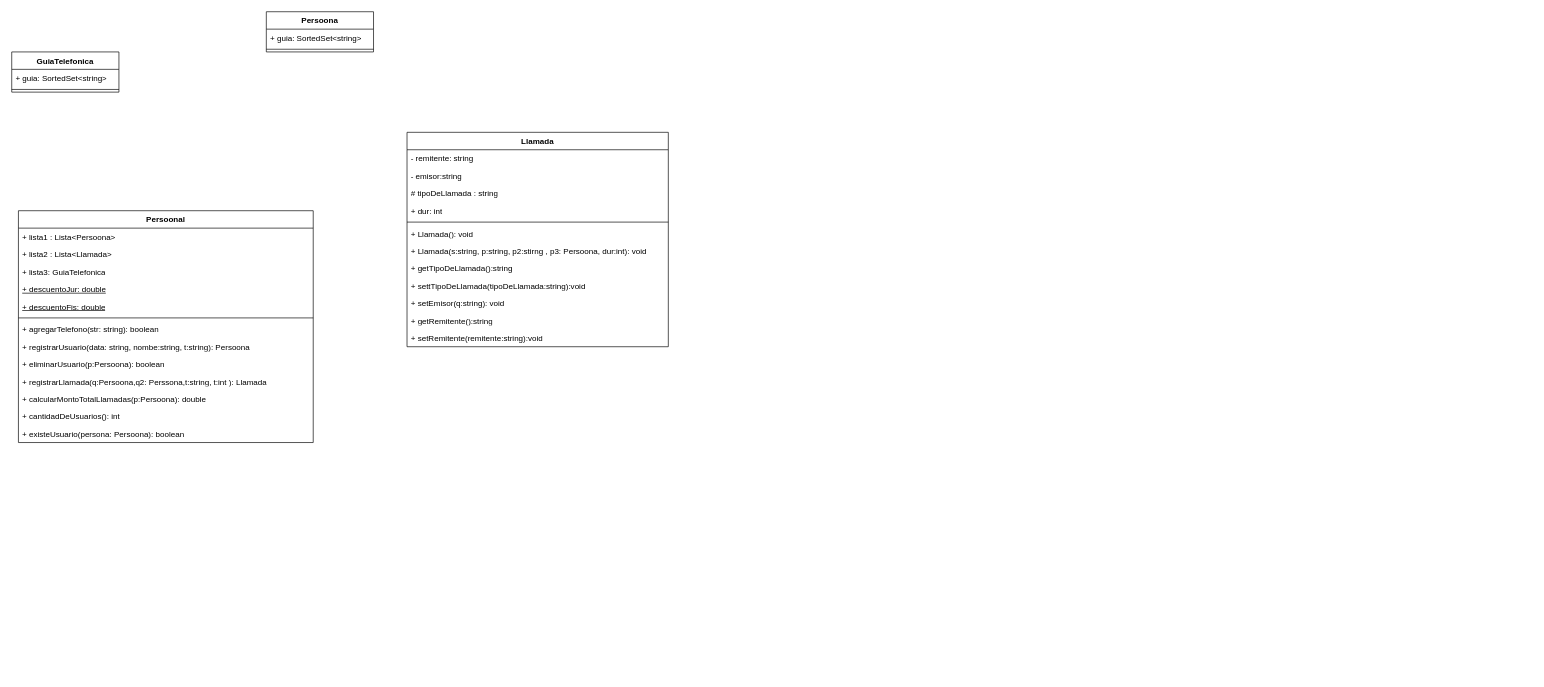
The draw.io diagram Untitled Diagram.drawio in santolp/oo2, before the edit. Source tidied: cells renumbered, new cells numbered last; positions are measured from the earlier drawing's top-left corner, leaving out a move shared by most shapes. Both pictures are drawn from the tidied source at 67%, with x=0, y=0 at pixel (11, 11).
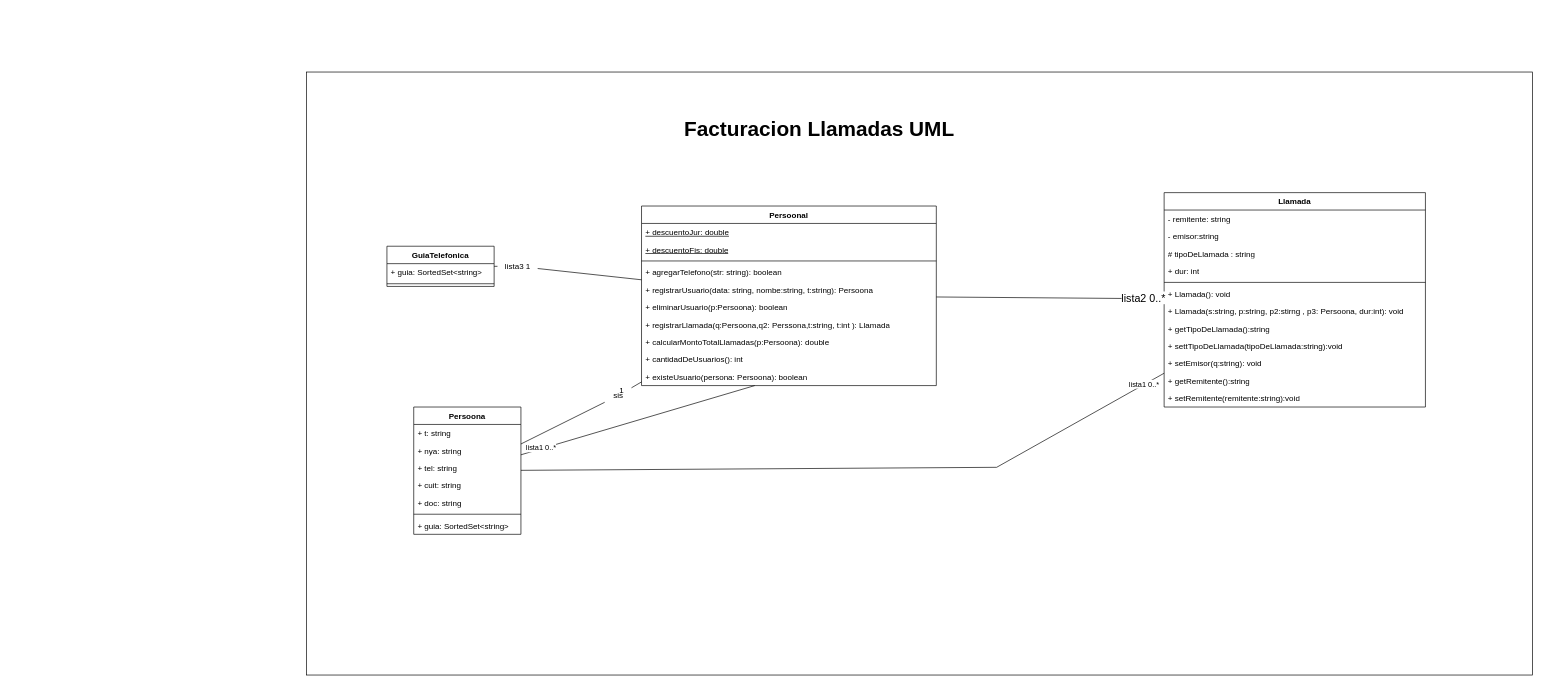
After the change.

Change to the diagram source:
```diff
@@
+    <mxCell id="35" style="rounded=0;whiteSpace=wrap;html=1;" parent="1" vertex="1">
+      <mxGeometry x="440" y="90" width="1830" height="900" as="geometry" />
+    </mxCell>
     <mxCell id="2" value="Llamada" style="swimlane;fontStyle=1;align=center;verticalAlign=top;horizontal=1;startSize=26;whiteSpace=wrap;html=1;" parent="1" vertex="1">
-      <mxGeometry x="590" y="180" width="390" height="320" as="geometry" />
+      <mxGeometry x="1720" y="270" width="390" height="320" as="geometry" />
     </mxCell>
@@
     <mxCell id="15" value="Persoonal" style="swimlane;fontStyle=1;align=center;verticalAlign=top;horizontal=1;startSize=26;whiteSpace=wrap;html=1;" parent="1" vertex="1">
-      <mxGeometry x="10" y="297" width="440" height="346" as="geometry" />
+      <mxGeometry x="940" y="290" width="440" height="268" as="geometry" />
     </mxCell>
-    <mxCell id="16" value="+ lista1 : Lista&amp;lt;Persoona&amp;gt;" style="text;strokeColor=none;fillColor=none;align=left;verticalAlign=top;spacingLeft=4;spacingRight=4;overflow=hidden;whiteSpace=wrap;html=1;" parent="15" vertex="1">
-      <mxGeometry y="26" width="440" height="26" as="geometry" />
-    </mxCell>
-    <mxCell id="17" value="+ lista2 : Lista&amp;lt;Llamada&amp;gt;" style="text;strokeColor=none;fillColor=none;align=left;verticalAlign=top;spacingLeft=4;spacingRight=4;overflow=hidden;whiteSpace=wrap;html=1;" parent="15" vertex="1">
-      <mxGeometry y="52" width="440" height="26" as="geometry" />
-    </mxCell>
-    <mxCell id="18" value="+ lista3: GuiaTelefonica" style="text;strokeColor=none;fillColor=none;align=left;verticalAlign=top;spacingLeft=4;spacingRight=4;overflow=hidden;whiteSpace=wrap;html=1;" parent="15" vertex="1">
-      <mxGeometry y="78" width="440" height="26" as="geometry" />
-    </mxCell>
     <mxCell id="19" value="+ descuentoJur: double" style="text;strokeColor=none;fillColor=none;align=left;verticalAlign=top;spacingLeft=4;spacingRight=4;overflow=hidden;whiteSpace=wrap;html=1;fontStyle=4;" parent="15" vertex="1">
-      <mxGeometry y="104" width="440" height="26" as="geometry" />
+      <mxGeometry y="26" width="440" height="26" as="geometry" />
     </mxCell>
     <mxCell id="20" value="+ descuentoFis: double" style="text;strokeColor=none;fillColor=none;align=left;verticalAlign=top;spacingLeft=4;spacingRight=4;overflow=hidden;whiteSpace=wrap;html=1;fontStyle=4;" parent="15" vertex="1">
-      <mxGeometry y="130" width="440" height="26" as="geometry" />
+      <mxGeometry y="52" width="440" height="26" as="geometry" />
     </mxCell>
     <mxCell id="21" style="line;strokeWidth=1;fillColor=none;align=left;verticalAlign=middle;spacingTop=-1;spacingLeft=3;spacingRight=3;labelPosition=right;strokeColor=inherit;" parent="15" vertex="1">
-      <mxGeometry y="156" width="440" height="8" as="geometry" />
+      <mxGeometry y="78" width="440" height="8" as="geometry" />
     </mxCell>
     <mxCell id="22" value="+ agregarTelefono(str: string): boolean" style="text;strokeColor=none;fillColor=none;align=left;verticalAlign=top;spacingLeft=4;spacingRight=4;overflow=hidden;whiteSpace=wrap;html=1;" parent="15" vertex="1">
-      <mxGeometry y="164" width="440" height="26" as="geometry" />
+      <mxGeometry y="86" width="440" height="26" as="geometry" />
     </mxCell>
     <mxCell id="23" value="+ registrarUsuario(data: string, nombe:string, t:string): Persoona" style="text;strokeColor=none;fillColor=none;align=left;verticalAlign=top;spacingLeft=4;spacingRight=4;overflow=hidden;whiteSpace=wrap;html=1;" parent="15" vertex="1">
-      <mxGeometry y="190" width="440" height="26" as="geometry" />
+      <mxGeometry y="112" width="440" height="26" as="geometry" />
     </mxCell>
     <mxCell id="24" value="+ eliminarUsuario(p:Persoona): boolean" style="text;strokeColor=none;fillColor=none;align=left;verticalAlign=top;spacingLeft=4;spacingRight=4;overflow=hidden;whiteSpace=wrap;html=1;" parent="15" vertex="1">
-      <mxGeometry y="216" width="440" height="26" as="geometry" />
+      <mxGeometry y="138" width="440" height="26" as="geometry" />
     </mxCell>
     <mxCell id="25" value="+ registrarLlamada(q:Persoona,q2: Perssona,t:string, t:int ): Llamada" style="text;strokeColor=none;fillColor=none;align=left;verticalAlign=top;spacingLeft=4;spacingRight=4;overflow=hidden;whiteSpace=wrap;html=1;" parent="15" vertex="1">
-      <mxGeometry y="242" width="440" height="26" as="geometry" />
+      <mxGeometry y="164" width="440" height="26" as="geometry" />
     </mxCell>
     <mxCell id="26" value="+ calcularMontoTotalLlamadas(p:Persoona): double" style="text;strokeColor=none;fillColor=none;align=left;verticalAlign=top;spacingLeft=4;spacingRight=4;overflow=hidden;whiteSpace=wrap;html=1;" parent="15" vertex="1">
-      <mxGeometry y="268" width="440" height="26" as="geometry" />
+      <mxGeometry y="190" width="440" height="26" as="geometry" />
     </mxCell>
     <mxCell id="27" value="+ cantidadDeUsuarios(): int" style="text;strokeColor=none;fillColor=none;align=left;verticalAlign=top;spacingLeft=4;spacingRight=4;overflow=hidden;whiteSpace=wrap;html=1;" parent="15" vertex="1">
-      <mxGeometry y="294" width="440" height="26" as="geometry" />
+      <mxGeometry y="216" width="440" height="26" as="geometry" />
     </mxCell>
     <mxCell id="28" value="+ existeUsuario(persona: Persoona): boolean" style="text;strokeColor=none;fillColor=none;align=left;verticalAlign=top;spacingLeft=4;spacingRight=4;overflow=hidden;points=[[0,0.5],[1,0.5]];portConstraint=eastwest;whiteSpace=wrap;html=1;" parent="15" vertex="1">
-      <mxGeometry y="320" width="440" height="26" as="geometry" />
+      <mxGeometry y="242" width="440" height="26" as="geometry" />
     </mxCell>
     <mxCell id="29" value="GuiaTelefonica" style="swimlane;fontStyle=1;align=center;verticalAlign=top;horizontal=1;startSize=26;whiteSpace=wrap;html=1;" parent="1" vertex="1">
-      <mxGeometry y="60" width="160" height="60" as="geometry" />
+      <mxGeometry x="560" y="350" width="160" height="60" as="geometry" />
     </mxCell>
@@
     <mxCell id="32" value="Persoona" style="swimlane;fontStyle=1;align=center;verticalAlign=top;horizontal=1;startSize=26;whiteSpace=wrap;html=1;" parent="1" vertex="1">
-      <mxGeometry x="380" width="160" height="60" as="geometry" />
+      <mxGeometry x="600" y="590" width="160" height="190" as="geometry" />
     </mxCell>
+    <mxCell id="36" value="+ t: string" style="text;strokeColor=none;fillColor=none;align=left;verticalAlign=top;spacingLeft=4;spacingRight=4;overflow=hidden;whiteSpace=wrap;html=1;" parent="32" vertex="1">
+      <mxGeometry y="26" width="160" height="26" as="geometry" />
+    </mxCell>
+    <mxCell id="37" value="+ nya: string" style="text;strokeColor=none;fillColor=none;align=left;verticalAlign=top;spacingLeft=4;spacingRight=4;overflow=hidden;whiteSpace=wrap;html=1;" parent="32" vertex="1">
+      <mxGeometry y="52" width="160" height="26" as="geometry" />
+    </mxCell>
+    <mxCell id="38" value="+ tel: string" style="text;strokeColor=none;fillColor=none;align=left;verticalAlign=top;spacingLeft=4;spacingRight=4;overflow=hidden;whiteSpace=wrap;html=1;" parent="32" vertex="1">
+      <mxGeometry y="78" width="160" height="26" as="geometry" />
+    </mxCell>
+    <mxCell id="39" value="+ cuit: string" style="text;strokeColor=none;fillColor=none;align=left;verticalAlign=top;spacingLeft=4;spacingRight=4;overflow=hidden;whiteSpace=wrap;html=1;" parent="32" vertex="1">
+      <mxGeometry y="104" width="160" height="26" as="geometry" />
+    </mxCell>
+    <mxCell id="40" value="+ doc: string" style="text;strokeColor=none;fillColor=none;align=left;verticalAlign=top;spacingLeft=4;spacingRight=4;overflow=hidden;whiteSpace=wrap;html=1;" parent="32" vertex="1">
+      <mxGeometry y="130" width="160" height="26" as="geometry" />
+    </mxCell>
+    <mxCell id="34" style="line;strokeWidth=1;fillColor=none;align=left;verticalAlign=middle;spacingTop=-1;spacingLeft=3;spacingRight=3;labelPosition=right;strokeColor=inherit;" parent="32" vertex="1">
+      <mxGeometry y="156" width="160" height="8" as="geometry" />
+    </mxCell>
     <mxCell id="33" value="+ guia: SortedSet&amp;lt;string&amp;gt;" style="text;strokeColor=none;fillColor=none;align=left;verticalAlign=top;spacingLeft=4;spacingRight=4;overflow=hidden;whiteSpace=wrap;html=1;" parent="32" vertex="1">
-      <mxGeometry y="26" width="160" height="26" as="geometry" />
+      <mxGeometry y="164" width="160" height="26" as="geometry" />
     </mxCell>
-    <mxCell id="34" style="line;strokeWidth=1;fillColor=none;align=left;verticalAlign=middle;spacingTop=-1;spacingLeft=3;spacingRight=3;labelPosition=right;strokeColor=inherit;" parent="32" vertex="1">
-      <mxGeometry y="52" width="160" height="8" as="geometry" />
-    </mxCell>
+    <mxCell id="41" style="endArrow=none;html=1;rounded=0;" parent="1" edge="1" source="43" target="15">
+      <mxGeometry relative="1" as="geometry" />
+    </mxCell>
+    <mxCell id="42" style="endArrow=none;html=1;rounded=0;" parent="1" edge="1" source="29" target="43">
+      <mxGeometry relative="1" as="geometry" />
+    </mxCell>
+    <mxCell id="43" value="lista3 1" style="text;html=1;align=center;verticalAlign=middle;points=[];strokeColor=none;fillColor=none;" parent="1" vertex="1">
+      <mxGeometry x="725" y="365" width="60" height="30" as="geometry" />
+    </mxCell>
+    <mxCell id="44" style="endArrow=none;html=1;rounded=0;" parent="1" edge="1" source="46" target="15">
+      <mxGeometry relative="1" as="geometry" />
+    </mxCell>
+    <mxCell id="45" style="endArrow=none;html=1;rounded=0;" parent="1" edge="1" source="32" target="46">
+      <mxGeometry relative="1" as="geometry" />
+    </mxCell>
+    <mxCell id="46" value="sis" style="text;html=1;align=center;verticalAlign=middle;points=[];strokeColor=none;fillColor=none;" parent="1" vertex="1">
+      <mxGeometry x="885" y="558" width="40" height="30" as="geometry" />
+    </mxCell>
+    <mxCell id="47" value="1" style="text;html=1;align=center;verticalAlign=middle;strokeColor=none;fillColor=none;" parent="1" vertex="1">
+      <mxGeometry x="895" y="550" width="30" height="30" as="geometry" />
+    </mxCell>
+    <mxCell id="48" value="Facturacion Llamadas UML" style="text;html=1;align=center;verticalAlign=middle;strokeColor=none;fillColor=none;fontSize=31;fontStyle=1;" parent="1" vertex="1">
+      <mxGeometry x="990" y="150" width="430" height="50" as="geometry" />
+    </mxCell>
+    <mxCell id="49" style="endArrow=none;html=1;rounded=0;" parent="1" edge="1" source="15" target="2">
+      <mxGeometry relative="1" as="geometry" />
+    </mxCell>
+    <mxCell id="50" value="lista2 0..*" style="edgeLabel;html=1;align=center;verticalAlign=middle;fontSize=16;" parent="49" vertex="1">
+      <mxGeometry x="0.81" y="2" relative="1" as="geometry" />
+    </mxCell>
+    <mxCell id="51" style="endArrow=none;html=1;rounded=0;" parent="1" edge="1" source="32" target="2">
+      <mxGeometry relative="1" as="geometry">
+        <Array as="points">
+          <mxPoint x="1470" y="680" />
+        </Array>
+      </mxGeometry>
+    </mxCell>
+    <mxCell id="52" value="lista1 0..*" style="edgeLabel;html=1;align=center;verticalAlign=middle;" parent="51" vertex="1">
+      <mxGeometry x="0.93" y="1" relative="1" as="geometry" />
+    </mxCell>
+    <mxCell id="53" style="endArrow=none;html=1;rounded=0;entryX=0.384;entryY=1;entryDx=0;entryDy=0;entryPerimeter=0;" parent="1" edge="1" source="32" target="28">
+      <mxGeometry relative="1" as="geometry" />
+    </mxCell>
+    <mxCell id="54" value="lista1 0..*" style="edgeLabel;html=1;align=center;verticalAlign=middle;" parent="53" vertex="1">
+      <mxGeometry x="-0.83" y="2" relative="1" as="geometry" />
+    </mxCell>
```
